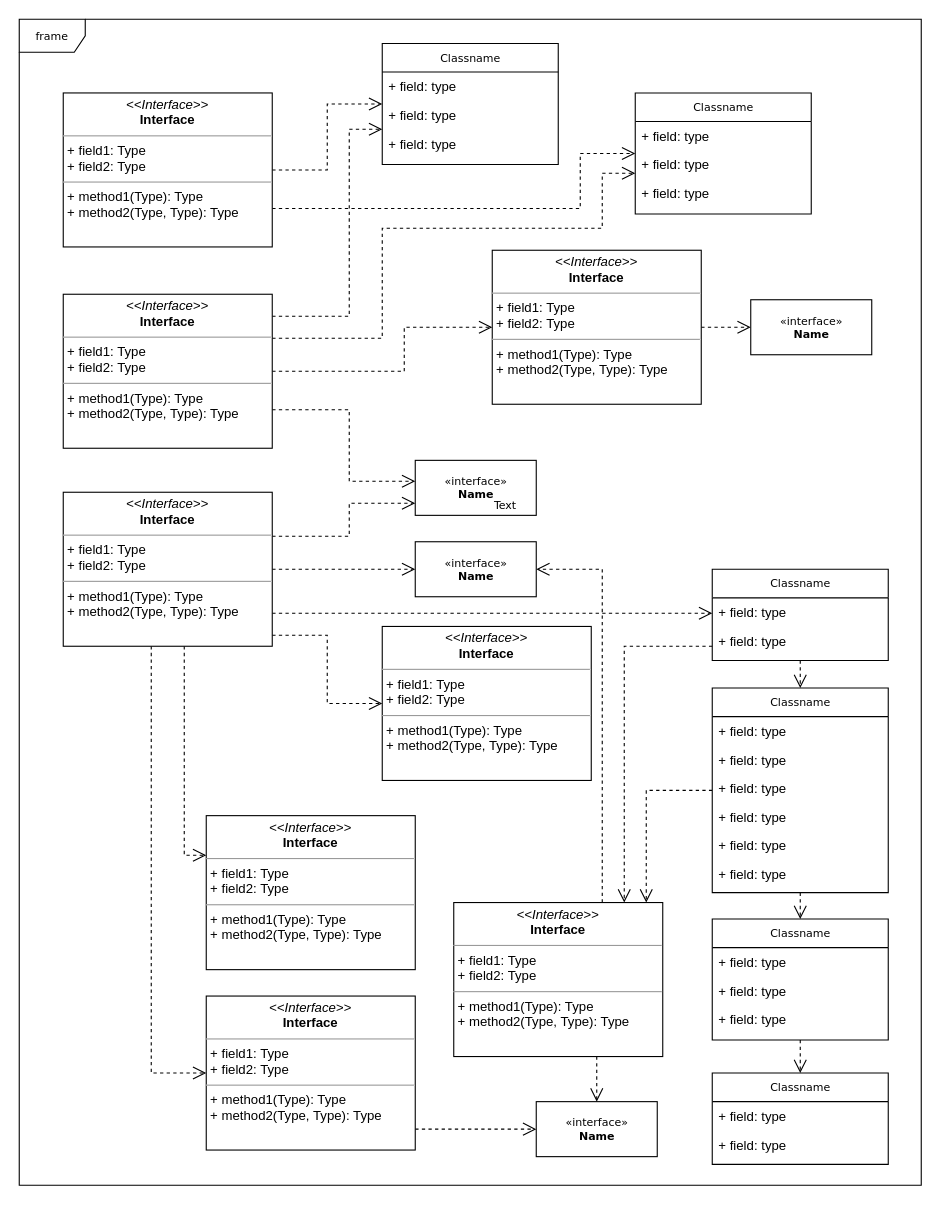
The draw.io diagram page "Page-1" (1 of 2) of Untitled Diagram.drawio in VijayTheGr8/ReuseRepo, before the edit. Source tidied: cells renumbered, new cells numbered last; positions are measured from the earlier drawing's top-left corner, leaving out a move shared by most shapes. Both pictures are drawn from the tidied source at 110%, with x=0, y=0 at pixel (19, 19).
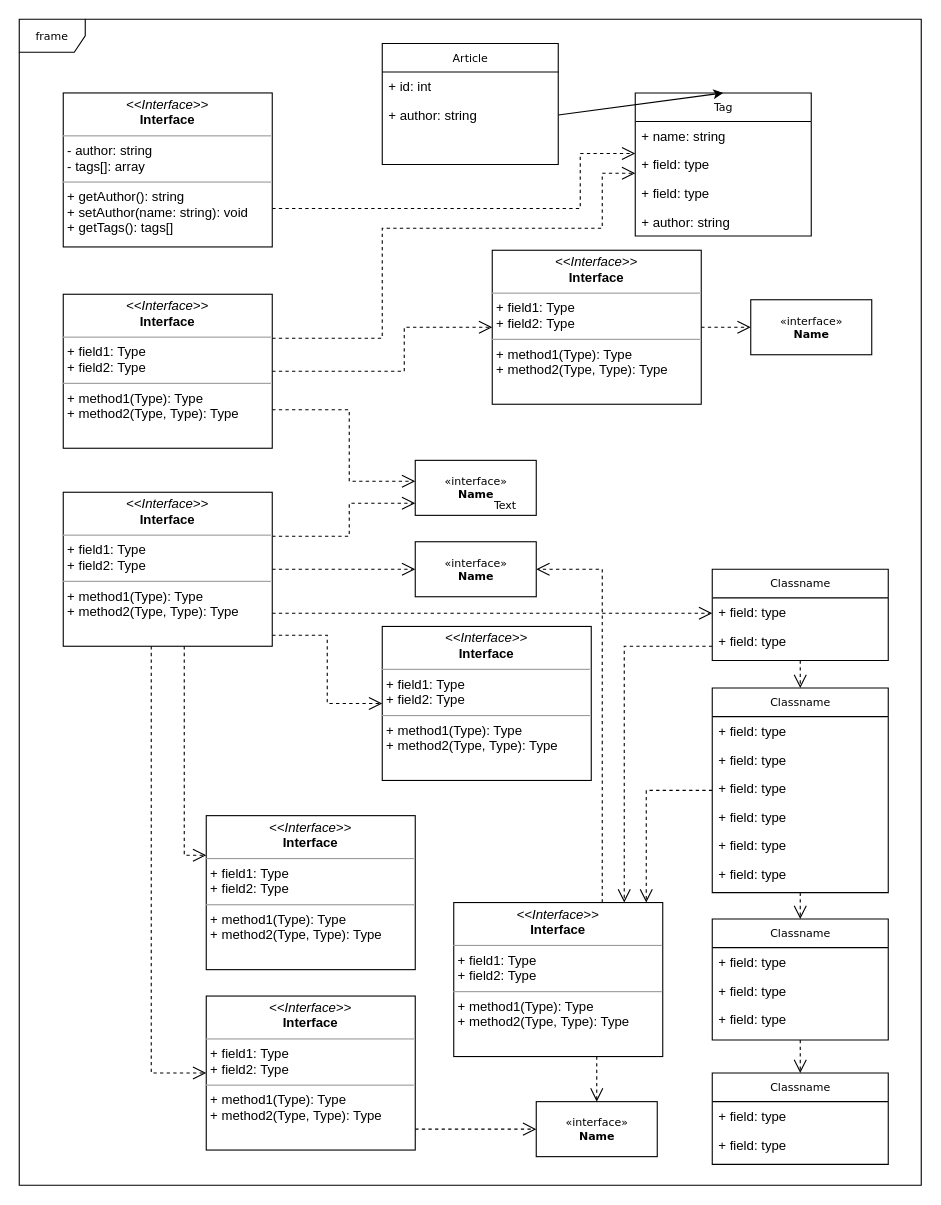
After the change.

The change refers to these unchanged cells:
```xml
<mxCell id="53" value="&lt;p style=&quot;margin:0px;margin-top:4px;text-align:center;&quot;&gt;&lt;i&gt;&amp;lt;&amp;lt;Interface&amp;gt;&amp;gt;&lt;/i&gt;&lt;br/&gt;&lt;b&gt;Interface&lt;/b&gt;&lt;/p&gt;&lt;hr size=&quot;1&quot;/&gt;&lt;p style=&quot;margin:0px;margin-left:4px;&quot;&gt;+ field1: Type&lt;br/&gt;+ field2: Type&lt;/p&gt;&lt;hr size=&quot;1&quot;/&gt;&lt;p style=&quot;margin:0px;margin-left:4px;&quot;&gt;+ method1(Type): Type&lt;br/&gt;+ method2(Type, Type): Type&lt;/p&gt;" style="verticalAlign=top;align=left;overflow=fill;fontSize=12;fontFamily=Helvetica;html=1;rounded=0;shadow=0;comic=0;labelBackgroundColor=none;strokeWidth=1;" parent="1" vertex="1">
  <mxGeometry x="40" y="250" width="190" height="140" as="geometry" />
</mxCell>
```

Change to the diagram source:
```diff
@@
-    <mxCell id="12" value="Classname" style="swimlane;html=1;fontStyle=0;horizontal=1;startSize=26;fillColor=none;swimlaneFillColor=#ffffff;rounded=0;shadow=0;comic=0;labelBackgroundColor=none;strokeWidth=1;fontFamily=Verdana;fontSize=10;align=center;" parent="1" vertex="1">
+    <mxCell id="12" value="Article" style="swimlane;html=1;fontStyle=0;horizontal=1;startSize=26;fillColor=none;swimlaneFillColor=#ffffff;rounded=0;shadow=0;comic=0;labelBackgroundColor=none;strokeWidth=1;fontFamily=Verdana;fontSize=10;align=center;" parent="1" vertex="1">
       <mxGeometry x="330" y="22" width="160" height="110" as="geometry" />
     </mxCell>
-    <mxCell id="13" value="+ field: type" style="text;html=1;strokeColor=none;fillColor=none;align=left;verticalAlign=top;spacingLeft=4;spacingRight=4;whiteSpace=wrap;overflow=hidden;" parent="12" vertex="1">
-      <mxGeometry y="26" width="160" height="26" as="geometry" />
-    </mxCell>
-    <mxCell id="14" value="+ field: type" style="text;html=1;strokeColor=none;fillColor=none;align=left;verticalAlign=top;spacingLeft=4;spacingRight=4;whiteSpace=wrap;overflow=hidden;" parent="12" vertex="1">
-      <mxGeometry y="52" width="160" height="26" as="geometry" />
+    <mxCell id="14" value="+ id: int" style="text;html=1;strokeColor=none;fillColor=none;align=left;verticalAlign=top;spacingLeft=4;spacingRight=4;whiteSpace=wrap;overflow=hidden;" parent="12" vertex="1">
+      <mxGeometry y="26" width="160" height="26" as="geometry" />
     </mxCell>
-    <mxCell id="15" value="+ field: type" style="text;html=1;strokeColor=none;fillColor=none;align=left;verticalAlign=top;spacingLeft=4;spacingRight=4;whiteSpace=wrap;overflow=hidden;points=[[0,0.5],[1,0.5]];portConstraint=eastwest;" parent="12" vertex="1">
-      <mxGeometry y="78" width="160" height="26" as="geometry" />
+    <mxCell id="15" value="+ author: string&lt;br&gt;" style="text;html=1;strokeColor=none;fillColor=none;align=left;verticalAlign=top;spacingLeft=4;spacingRight=4;whiteSpace=wrap;overflow=hidden;points=[[0,0.5],[1,0.5]];portConstraint=eastwest;" parent="12" vertex="1">
+      <mxGeometry y="52" width="160" height="26" as="geometry" />
     </mxCell>
-    <mxCell id="16" value="Classname" style="swimlane;html=1;fontStyle=0;horizontal=1;startSize=26;fillColor=none;swimlaneFillColor=#ffffff;rounded=0;shadow=0;comic=0;labelBackgroundColor=none;strokeWidth=1;fontFamily=Verdana;fontSize=10;align=center;" parent="1" vertex="1">
-      <mxGeometry x="560" y="67" width="160" height="110" as="geometry" />
+    <mxCell id="16" value="Tag" style="swimlane;html=1;fontStyle=0;horizontal=1;startSize=26;fillColor=none;swimlaneFillColor=#ffffff;rounded=0;shadow=0;comic=0;labelBackgroundColor=none;strokeWidth=1;fontFamily=Verdana;fontSize=10;align=center;" parent="1" vertex="1">
+      <mxGeometry x="560" y="67" width="160" height="130" as="geometry" />
     </mxCell>
-    <mxCell id="17" value="+ field: type" style="text;html=1;strokeColor=none;fillColor=none;align=left;verticalAlign=top;spacingLeft=4;spacingRight=4;whiteSpace=wrap;overflow=hidden;" parent="16" vertex="1">
+    <mxCell id="17" value="+ name: string" style="text;html=1;strokeColor=none;fillColor=none;align=left;verticalAlign=top;spacingLeft=4;spacingRight=4;whiteSpace=wrap;overflow=hidden;" parent="16" vertex="1">
       <mxGeometry y="26" width="160" height="26" as="geometry" />
     </mxCell>
@@
+    <mxCell id="62" value="+ author: string&lt;br&gt;" style="text;html=1;strokeColor=none;fillColor=none;align=left;verticalAlign=top;spacingLeft=4;spacingRight=4;whiteSpace=wrap;overflow=hidden;" parent="16" vertex="1">
+      <mxGeometry y="104" width="160" height="26" as="geometry" />
+    </mxCell>
@@
-    <mxCell id="46" style="edgeStyle=orthogonalEdgeStyle;rounded=0;html=1;labelBackgroundColor=none;startFill=0;endArrow=open;endFill=0;endSize=10;fontFamily=Verdana;fontSize=10;dashed=1;" parent="1" edge="1" source="48" target="12">
-      <mxGeometry relative="1" as="geometry" />
-    </mxCell>
@@
-    <mxCell id="48" value="&lt;p style=&quot;margin:0px;margin-top:4px;text-align:center;&quot;&gt;&lt;i&gt;&amp;lt;&amp;lt;Interface&amp;gt;&amp;gt;&lt;/i&gt;&lt;br/&gt;&lt;b&gt;Interface&lt;/b&gt;&lt;/p&gt;&lt;hr size=&quot;1&quot;/&gt;&lt;p style=&quot;margin:0px;margin-left:4px;&quot;&gt;+ field1: Type&lt;br/&gt;+ field2: Type&lt;/p&gt;&lt;hr size=&quot;1&quot;/&gt;&lt;p style=&quot;margin:0px;margin-left:4px;&quot;&gt;+ method1(Type): Type&lt;br/&gt;+ method2(Type, Type): Type&lt;/p&gt;" style="verticalAlign=top;align=left;overflow=fill;fontSize=12;fontFamily=Helvetica;html=1;rounded=0;shadow=0;comic=0;labelBackgroundColor=none;strokeWidth=1;" parent="1" vertex="1">
+    <mxCell id="48" value="&lt;p style=&quot;margin: 0px ; margin-top: 4px ; text-align: center&quot;&gt;&lt;i&gt;&amp;lt;&amp;lt;Interface&amp;gt;&amp;gt;&lt;/i&gt;&lt;br&gt;&lt;b&gt;Interface&lt;/b&gt;&lt;/p&gt;&lt;hr size=&quot;1&quot;&gt;&lt;p style=&quot;margin: 0px ; margin-left: 4px&quot;&gt;- author: string&lt;/p&gt;&lt;p style=&quot;margin: 0px ; margin-left: 4px&quot;&gt;- tags[]: array&lt;/p&gt;&lt;hr size=&quot;1&quot;&gt;&lt;p style=&quot;margin: 0px ; margin-left: 4px&quot;&gt;+ getAuthor(): string&lt;/p&gt;&lt;p style=&quot;margin: 0px ; margin-left: 4px&quot;&gt;+ setAuthor(name: string): void&lt;/p&gt;&lt;p style=&quot;margin: 0px ; margin-left: 4px&quot;&gt;+ getTags(): tags[]&lt;/p&gt;" style="verticalAlign=top;align=left;overflow=fill;fontSize=12;fontFamily=Helvetica;html=1;rounded=0;shadow=0;comic=0;labelBackgroundColor=none;strokeWidth=1;" parent="1" vertex="1">
       <mxGeometry x="40" y="67" width="190" height="140" as="geometry" />
     </mxCell>
-    <mxCell id="49" style="edgeStyle=orthogonalEdgeStyle;rounded=0;html=1;dashed=1;labelBackgroundColor=none;startFill=0;endArrow=open;endFill=0;endSize=10;fontFamily=Verdana;fontSize=10;" parent="1" edge="1" source="53" target="12">
-      <mxGeometry relative="1" as="geometry">
-        <Array as="points">
-          <mxPoint x="300" y="270" />
-          <mxPoint x="300" y="100" />
-        </Array>
-      </mxGeometry>
-    </mxCell>
@@
+    <mxCell id="63" style="rounded=0;jettySize=auto;html=1;exitX=1;exitY=0.5;exitDx=0;exitDy=0;entryX=0.5;entryY=0;entryDx=0;entryDy=0;" parent="1" edge="1" source="15" target="16">
+      <mxGeometry relative="1" as="geometry" />
+    </mxCell>
```
